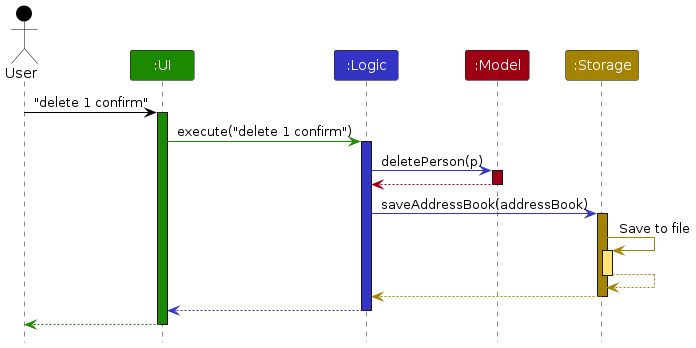
The PlantUML diagram diagrams/ArchitectureSequenceDiagram.png in AY2627S1-CS2103T-T13-4/tp, before a commit. Its source is kept beside it as diagrams/ArchitectureSequenceDiagram.puml. Source of this version:
```plantuml
@startuml
!include style.puml
skinparam ArrowFontStyle plain

Actor User as user USER_COLOR
Participant ":UI" as ui UI_COLOR
Participant ":Logic" as logic LOGIC_COLOR
Participant ":Model" as model MODEL_COLOR
Participant ":Storage" as storage STORAGE_COLOR

user -[USER_COLOR]> ui : "delete 1 confirm"
activate ui UI_COLOR

ui -[UI_COLOR]> logic : execute("delete 1 confirm")
activate logic LOGIC_COLOR

logic -[LOGIC_COLOR]> model : deletePerson(p)
activate model MODEL_COLOR

model -[MODEL_COLOR]-> logic
deactivate model

logic -[LOGIC_COLOR]> storage : saveAddressBook(addressBook)
activate storage STORAGE_COLOR

storage -[STORAGE_COLOR]> storage : Save to file
activate storage STORAGE_COLOR_T1
storage --[STORAGE_COLOR]> storage
deactivate storage

storage --[STORAGE_COLOR]> logic
deactivate storage

logic --[LOGIC_COLOR]> ui
deactivate logic

ui--[UI_COLOR]> user
deactivate ui
@enduml
```
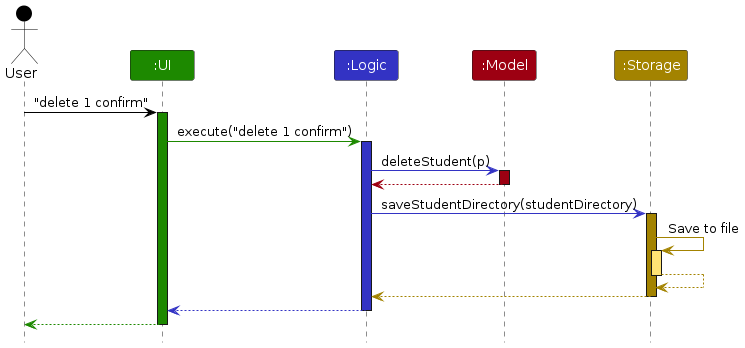
After the commit.

Change to the diagram source:
```diff
@@ -14,13 +14,13 @@
 ui -[UI_COLOR]> logic : execute("delete 1 confirm")
 activate logic LOGIC_COLOR
 
-logic -[LOGIC_COLOR]> model : deletePerson(p)
+logic -[LOGIC_COLOR]> model : deleteStudent(p)
 activate model MODEL_COLOR
 
 model -[MODEL_COLOR]-> logic
 deactivate model
 
-logic -[LOGIC_COLOR]> storage : saveAddressBook(addressBook)
+logic -[LOGIC_COLOR]> storage : saveStudentDirectory(studentDirectory)
 activate storage STORAGE_COLOR
 
 storage -[STORAGE_COLOR]> storage : Save to file
```
